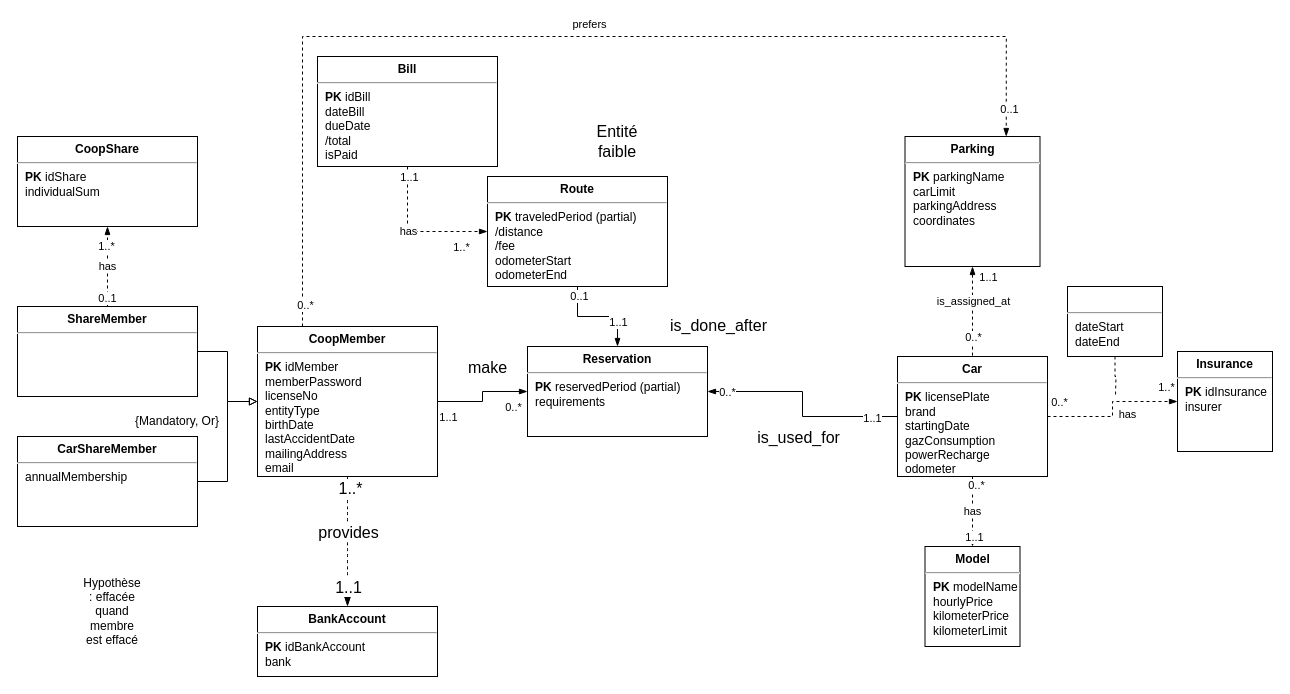
Above: page "Juliette" (2 of 2) of TP4.drawio in aquarex20/TP_3710 (draw.io), before the change. Source tidied: cells renumbered, new cells numbered last; positions are measured from the earlier drawing's top-left corner, leaving out a move shared by most shapes. Both pictures are drawn from the tidied source at 100%, with x=0, y=0 at pixel (17, 36).
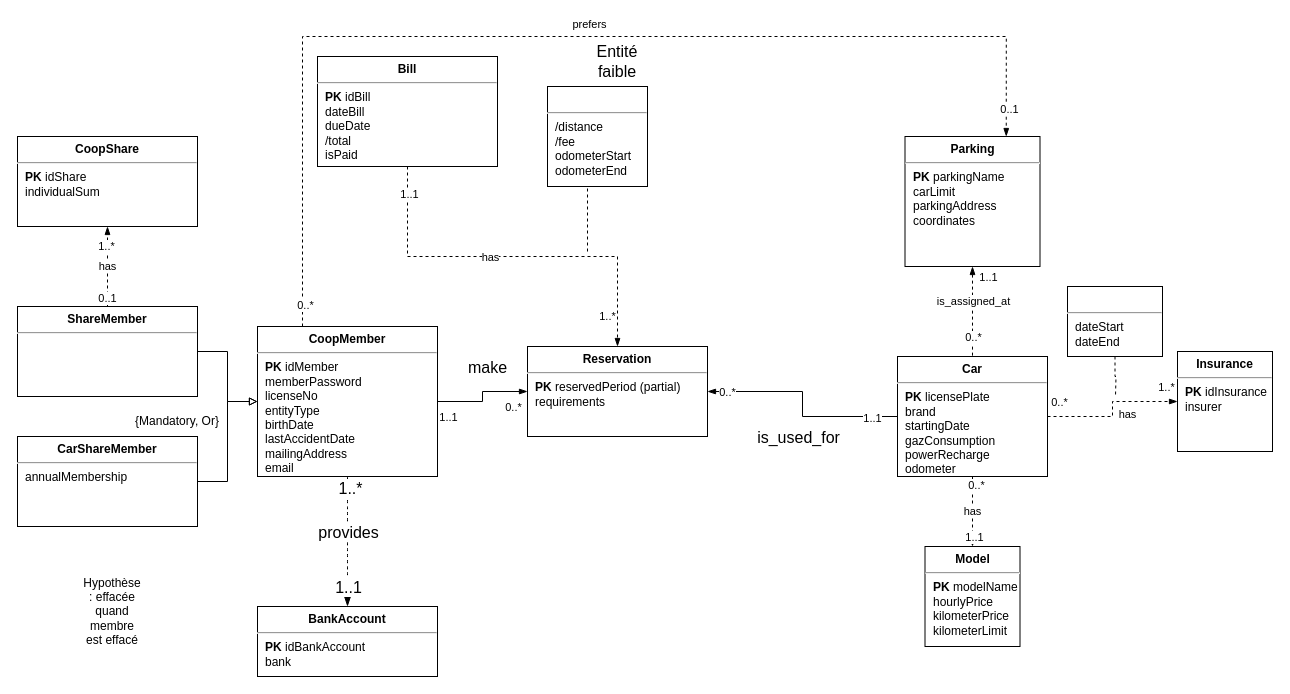
The same page after the edit.

Unchanged cells that the change refers to:
```xml
<mxCell id="28" value="&lt;p style=&quot;margin:0px;margin-top:6px;text-align:center;&quot;&gt;&lt;b&gt;Bill&lt;/b&gt;&lt;/p&gt;&lt;hr&gt;&lt;p style=&quot;margin:0px;margin-left:8px;&quot;&gt;&lt;b&gt;PK&lt;/b&gt; idBill&lt;/p&gt;&lt;p style=&quot;margin:0px;margin-left:8px;&quot;&gt;dateBill&lt;/p&gt;&lt;p style=&quot;margin:0px;margin-left:8px;&quot;&gt;dueDate&lt;/p&gt;&lt;p style=&quot;margin:0px;margin-left:8px;&quot;&gt;/total&lt;/p&gt;&lt;p style=&quot;margin:0px;margin-left:8px;&quot;&gt;isPaid&lt;/p&gt;" style="align=left;overflow=fill;html=1;" parent="1" vertex="1">
  <mxGeometry x="300" y="20" width="180" height="110" as="geometry" />
</mxCell>
<mxCell id="54" value="&lt;p style=&quot;margin:0px;margin-top:6px;text-align:center;&quot;&gt;&lt;b&gt;Reservation&lt;/b&gt;&lt;/p&gt;&lt;hr&gt;&lt;p style=&quot;border-color: var(--border-color); margin: 0px 0px 0px 8px;&quot;&gt;&lt;b&gt;PK&lt;/b&gt;&amp;nbsp;reservedPeriod (partial)&lt;/p&gt;&lt;p style=&quot;border-color: var(--border-color); margin: 0px 0px 0px 8px;&quot;&gt;&lt;span style=&quot;background-color: initial;&quot;&gt;requirements&lt;/span&gt;&lt;/p&gt;" style="align=left;overflow=fill;html=1;" parent="1" vertex="1">
  <mxGeometry x="510" y="310" width="180" height="90" as="geometry" />
</mxCell>
```

Diff of the diagram source:
```diff
@@
-    <mxCell id="24" style="edgeStyle=orthogonalEdgeStyle;rounded=0;jettySize=auto;html=1;exitX=0.5;exitY=1;exitDx=0;exitDy=0;entryX=0;entryY=0.5;entryDx=0;entryDy=0;endArrow=blockThin;dashed=1;endFill=1;" parent="1" edge="1" source="28" target="33">
+    <mxCell id="24" style="edgeStyle=orthogonalEdgeStyle;rounded=0;jettySize=auto;html=1;exitX=0.5;exitY=1;exitDx=0;exitDy=0;entryX=0.5;entryY=0;entryDx=0;entryDy=0;endArrow=blockThin;dashed=1;endFill=1;" parent="1" edge="1" source="28" target="54">
       <mxGeometry relative="1" as="geometry" />
     </mxCell>
@@
-    <mxCell id="29" style="edgeStyle=orthogonalEdgeStyle;rounded=0;jettySize=auto;html=1;endArrow=blockThin;endFill=1;entryX=0.5;entryY=0;entryDx=0;entryDy=0;startArrow=none;startFill=0;" parent="1" edge="1" source="33" target="54">
-      <mxGeometry relative="1" as="geometry" />
-    </mxCell>
-    <mxCell id="30" value="is_done_after" style="edgeLabel;html=1;align=center;verticalAlign=middle;fontSize=16;" parent="29" vertex="1">
-      <mxGeometry x="-0.24" relative="1" as="geometry">
-        <mxPoint x="132" y="8" as="offset" />
-      </mxGeometry>
-    </mxCell>
-    <mxCell id="31" value="0..1" style="edgeLabel;html=1;align=center;verticalAlign=middle;" parent="29" vertex="1">
-      <mxGeometry x="-0.83" y="1" relative="1" as="geometry" />
-    </mxCell>
-    <mxCell id="32" value="1..1" style="edgeLabel;html=1;align=center;verticalAlign=middle;" parent="29" vertex="1">
-      <mxGeometry x="0.5" relative="1" as="geometry" />
-    </mxCell>
-    <mxCell id="33" value="&lt;p style=&quot;margin:0px;margin-top:6px;text-align:center;&quot;&gt;&lt;b&gt;Route&lt;/b&gt;&lt;/p&gt;&lt;hr&gt;&lt;p style=&quot;margin:0px;margin-left:8px;&quot;&gt;&lt;b&gt;PK&lt;/b&gt;&amp;nbsp;traveledPeriod (partial)&lt;/p&gt;&lt;p style=&quot;margin:0px;margin-left:8px;&quot;&gt;/distance&lt;/p&gt;&lt;p style=&quot;margin:0px;margin-left:8px;&quot;&gt;/fee&lt;/p&gt;&lt;p style=&quot;border-color: var(--border-color); margin: 0px 0px 0px 8px;&quot;&gt;odometerStart&lt;/p&gt;&lt;p style=&quot;border-color: var(--border-color); margin: 0px 0px 0px 8px;&quot;&gt;odometerEnd&lt;/p&gt;" style="align=left;overflow=fill;html=1;" parent="1" vertex="1">
-      <mxGeometry x="470" y="140" width="180" height="110" as="geometry" />
+    <mxCell id="33" value="&lt;p style=&quot;margin:0px;margin-top:6px;text-align:center;&quot;&gt;&lt;br&gt;&lt;/p&gt;&lt;hr&gt;&lt;p style=&quot;margin:0px;margin-left:8px;&quot;&gt;&lt;span style=&quot;background-color: initial;&quot;&gt;/distance&lt;/span&gt;&lt;br&gt;&lt;/p&gt;&lt;p style=&quot;margin:0px;margin-left:8px;&quot;&gt;/fee&lt;/p&gt;&lt;p style=&quot;border-color: var(--border-color); margin: 0px 0px 0px 8px;&quot;&gt;odometerStart&lt;/p&gt;&lt;p style=&quot;border-color: var(--border-color); margin: 0px 0px 0px 8px;&quot;&gt;odometerEnd&lt;/p&gt;" style="align=left;overflow=fill;html=1;" parent="1" vertex="1">
+      <mxGeometry x="530" y="50" width="100" height="100" as="geometry" />
     </mxCell>
@@
     <mxCell id="53" value="Entité faible" style="text;html=1;strokeColor=none;fillColor=none;align=center;verticalAlign=middle;whiteSpace=wrap;rounded=0;fontSize=16;" parent="1" vertex="1">
-      <mxGeometry x="570" y="90" width="60" height="30" as="geometry" />
+      <mxGeometry x="570" y="10" width="60" height="30" as="geometry" />
     </mxCell>
@@
+    <mxCell id="58" style="endArrow=none;dashed=1;html=1;rounded=0;" parent="1" edge="1">
+      <mxGeometry relative="1" as="geometry">
+        <mxPoint x="570" y="215" as="sourcePoint" />
+        <mxPoint x="570" y="150" as="targetPoint" />
+      </mxGeometry>
+    </mxCell>
```
